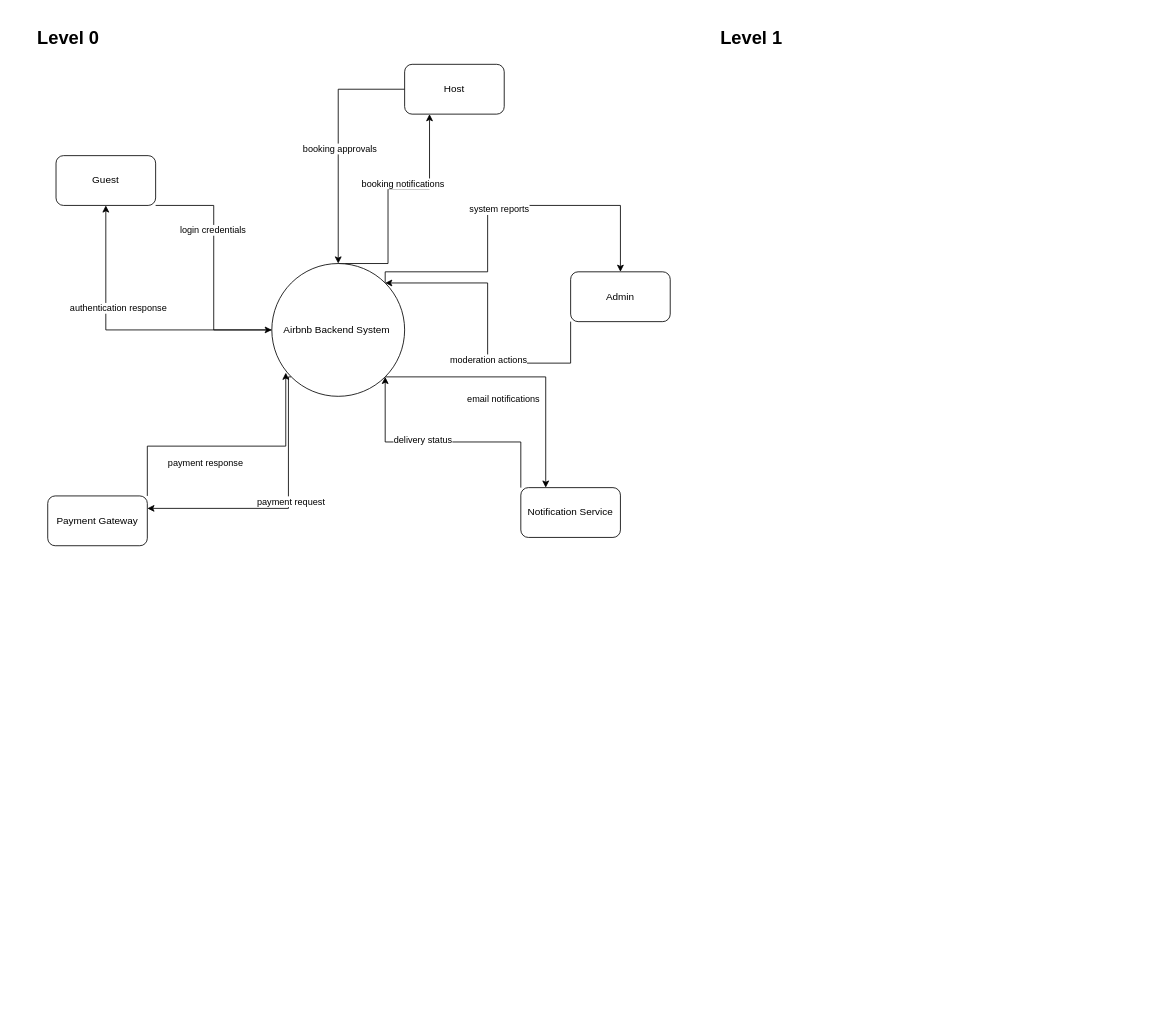
GO-Shoderu/alx-airbnb-project-documentation keeps this draw.io diagram as data-flow-diagram/data-flow.drawio. Above is the earlier version. Source tidied: cells renumbered, new cells numbered last; positions are measured from the earlier drawing's top-left corner, leaving out a move shared by most shapes. Both pictures are drawn from the tidied source at 83%, with x=0, y=0 at pixel (14, 26).
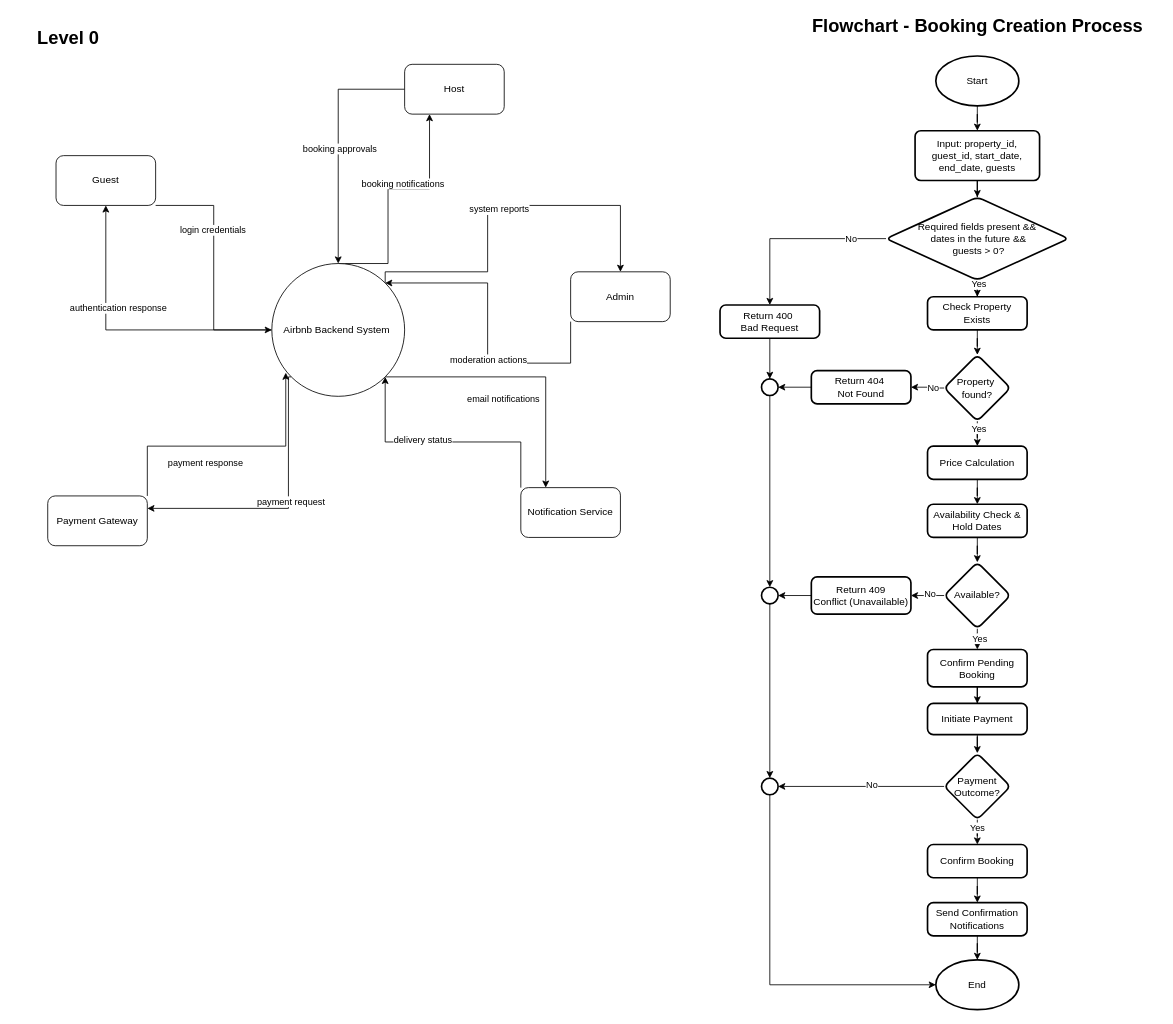
The same page after the edit.

Commit message (it also covers changes not shown here):
Adding the flowchart for the backend processes for booking creationg

The edit, as a diff of the source:
```diff
@@
-    <mxCell id="29" value="&lt;b&gt;&lt;font style=&quot;font-size: 22px;&quot;&gt;Level 1&lt;/font&gt;&lt;/b&gt;" style="text;html=1;whiteSpace=wrap;strokeColor=none;fillColor=none;align=center;verticalAlign=middle;rounded=0;" parent="1" vertex="1">
-      <mxGeometry x="823" width="130" height="30" as="geometry" />
+    <mxCell id="29" value="&lt;b&gt;&lt;font style=&quot;font-size: 22px;&quot;&gt;Flowchart - Booking Creation Process&lt;/font&gt;&lt;/b&gt;" style="text;html=1;whiteSpace=wrap;strokeColor=none;fillColor=none;align=center;verticalAlign=middle;rounded=0;" parent="1" vertex="1">
+      <mxGeometry x="941.5" y="-14" width="437" height="30" as="geometry" />
     </mxCell>
+    <mxCell id="30" style="edgeStyle=orthogonalEdgeStyle;rounded=0;jettySize=auto;html=1;" parent="1" edge="1" source="31" target="34">
+      <mxGeometry relative="1" as="geometry" />
+    </mxCell>
+    <mxCell id="31" value="Start" style="strokeWidth=2;html=1;shape=mxgraph.flowchart.start_1;whiteSpace=wrap;" parent="1" vertex="1">
+      <mxGeometry x="1110" y="36" width="100" height="60" as="geometry" />
+    </mxCell>
+    <mxCell id="32" value="End" style="strokeWidth=2;html=1;shape=mxgraph.flowchart.start_1;whiteSpace=wrap;" parent="1" vertex="1">
+      <mxGeometry x="1110" y="1125" width="100" height="60" as="geometry" />
+    </mxCell>
+    <mxCell id="33" style="edgeStyle=orthogonalEdgeStyle;rounded=0;jettySize=auto;html=1;" parent="1" edge="1" source="34" target="39">
+      <mxGeometry relative="1" as="geometry" />
+    </mxCell>
+    <mxCell id="34" value="Input: property_id, guest_id, start_date, end_date, guests" style="rounded=1;whiteSpace=wrap;html=1;absoluteArcSize=1;arcSize=14;strokeWidth=2;" parent="1" vertex="1">
+      <mxGeometry x="1085" y="126" width="150" height="60" as="geometry" />
+    </mxCell>
+    <mxCell id="35" style="edgeStyle=orthogonalEdgeStyle;rounded=0;jettySize=auto;html=1;" parent="1" edge="1" source="39" target="40">
+      <mxGeometry relative="1" as="geometry" />
+    </mxCell>
+    <mxCell id="36" value="No" style="edgeLabel;html=1;align=center;verticalAlign=middle;" parent="35" vertex="1">
+      <mxGeometry x="-0.61" relative="1" as="geometry" />
+    </mxCell>
+    <mxCell id="37" style="edgeStyle=orthogonalEdgeStyle;rounded=0;jettySize=auto;html=1;" parent="1" edge="1" source="39" target="42">
+      <mxGeometry relative="1" as="geometry" />
+    </mxCell>
+    <mxCell id="38" value="Yes" style="edgeLabel;html=1;align=center;verticalAlign=middle;" parent="37" vertex="1">
+      <mxGeometry x="0.47" y="1" relative="1" as="geometry" />
+    </mxCell>
+    <mxCell id="39" value="Required fields present&amp;nbsp;&lt;span style=&quot;background-color: transparent; color: light-dark(rgb(0, 0, 0), rgb(255, 255, 255));&quot;&gt;&amp;amp;&amp;amp;&lt;/span&gt;&lt;div&gt;&lt;span style=&quot;background-color: transparent; color: light-dark(rgb(0, 0, 0), rgb(255, 255, 255));&quot;&gt;&amp;nbsp;dates in the future &amp;amp;&amp;amp;&lt;/span&gt;&lt;/div&gt;&lt;div&gt;&lt;span style=&quot;background-color: transparent; color: light-dark(rgb(0, 0, 0), rgb(255, 255, 255));&quot;&gt;&amp;nbsp;guests &amp;gt; 0?&lt;/span&gt;&lt;/div&gt;" style="rhombus;whiteSpace=wrap;html=1;rounded=1;absoluteArcSize=1;arcSize=14;strokeWidth=2;" parent="1" vertex="1">
+      <mxGeometry x="1050" y="206" width="220" height="100" as="geometry" />
+    </mxCell>
+    <mxCell id="40" value="Return 400&amp;nbsp;&lt;div&gt;Bad Request&lt;/div&gt;" style="whiteSpace=wrap;html=1;rounded=1;absoluteArcSize=1;arcSize=14;strokeWidth=2;" parent="1" vertex="1">
+      <mxGeometry x="850" y="336" width="120" height="40" as="geometry" />
+    </mxCell>
+    <mxCell id="41" style="edgeStyle=orthogonalEdgeStyle;rounded=0;jettySize=auto;html=1;" parent="1" edge="1" source="42" target="47">
+      <mxGeometry relative="1" as="geometry" />
+    </mxCell>
+    <mxCell id="42" value="Check Property Exists" style="whiteSpace=wrap;html=1;rounded=1;absoluteArcSize=1;arcSize=14;strokeWidth=2;" parent="1" vertex="1">
+      <mxGeometry x="1100" y="326" width="120" height="40" as="geometry" />
+    </mxCell>
+    <mxCell id="43" style="edgeStyle=orthogonalEdgeStyle;rounded=0;jettySize=auto;html=1;" parent="1" edge="1" source="47" target="49">
+      <mxGeometry relative="1" as="geometry" />
+    </mxCell>
+    <mxCell id="44" value="Yes" style="edgeLabel;html=1;align=center;verticalAlign=middle;" parent="43" vertex="1">
+      <mxGeometry x="-0.65" y="1" relative="1" as="geometry">
+        <mxPoint y="-1" as="offset" />
+      </mxGeometry>
+    </mxCell>
+    <mxCell id="45" style="edgeStyle=orthogonalEdgeStyle;rounded=0;jettySize=auto;html=1;entryX=1;entryY=0.5;entryDx=0;entryDy=0;" parent="1" edge="1" source="47" target="59">
+      <mxGeometry relative="1" as="geometry" />
+    </mxCell>
+    <mxCell id="46" value="No" style="edgeLabel;html=1;align=center;verticalAlign=middle;" parent="45" vertex="1">
+      <mxGeometry x="-0.25" y="-1" relative="1" as="geometry">
+        <mxPoint x="1" as="offset" />
+      </mxGeometry>
+    </mxCell>
+    <mxCell id="47" value="Property&amp;nbsp;&lt;div&gt;found?&lt;/div&gt;" style="rhombus;whiteSpace=wrap;html=1;rounded=1;absoluteArcSize=1;arcSize=14;strokeWidth=2;" parent="1" vertex="1">
+      <mxGeometry x="1120" y="396" width="80" height="80" as="geometry" />
+    </mxCell>
+    <mxCell id="48" style="edgeStyle=orthogonalEdgeStyle;rounded=0;jettySize=auto;html=1;" parent="1" edge="1" source="49" target="51">
+      <mxGeometry relative="1" as="geometry" />
+    </mxCell>
+    <mxCell id="49" value="Price Calculation" style="whiteSpace=wrap;html=1;rounded=1;absoluteArcSize=1;arcSize=14;strokeWidth=2;" parent="1" vertex="1">
+      <mxGeometry x="1100" y="506" width="120" height="40" as="geometry" />
+    </mxCell>
+    <mxCell id="50" style="edgeStyle=orthogonalEdgeStyle;rounded=0;jettySize=auto;html=1;" parent="1" edge="1" source="51" target="56">
+      <mxGeometry relative="1" as="geometry" />
+    </mxCell>
+    <mxCell id="51" value="Availability Check &amp;amp;&lt;div&gt;Hold Dates&lt;/div&gt;" style="whiteSpace=wrap;html=1;rounded=1;absoluteArcSize=1;arcSize=14;strokeWidth=2;" parent="1" vertex="1">
+      <mxGeometry x="1100" y="576" width="120" height="40" as="geometry" />
+    </mxCell>
+    <mxCell id="52" style="edgeStyle=orthogonalEdgeStyle;rounded=0;jettySize=auto;html=1;entryX=1;entryY=0.5;entryDx=0;entryDy=0;" parent="1" edge="1" source="56" target="61">
+      <mxGeometry relative="1" as="geometry" />
+    </mxCell>
+    <mxCell id="53" value="No" style="edgeLabel;html=1;align=center;verticalAlign=middle;" parent="52" vertex="1">
+      <mxGeometry x="-0.03" y="-3" relative="1" as="geometry">
+        <mxPoint x="1" as="offset" />
+      </mxGeometry>
+    </mxCell>
+    <mxCell id="54" style="edgeStyle=orthogonalEdgeStyle;rounded=0;jettySize=auto;html=1;" parent="1" edge="1" source="56" target="66">
+      <mxGeometry relative="1" as="geometry" />
+    </mxCell>
+    <mxCell id="55" value="Yes" style="edgeLabel;html=1;align=center;verticalAlign=middle;" parent="54" vertex="1">
+      <mxGeometry x="0.56" y="2" relative="1" as="geometry">
+        <mxPoint y="-2" as="offset" />
+      </mxGeometry>
+    </mxCell>
+    <mxCell id="56" value="Available?" style="rhombus;whiteSpace=wrap;html=1;rounded=1;absoluteArcSize=1;arcSize=14;strokeWidth=2;" parent="1" vertex="1">
+      <mxGeometry x="1120" y="646" width="80" height="80" as="geometry" />
+    </mxCell>
+    <mxCell id="57" style="strokeWidth=2;html=1;shape=mxgraph.flowchart.start_2;whiteSpace=wrap;" parent="1" vertex="1">
+      <mxGeometry x="900" y="425" width="20" height="20" as="geometry" />
+    </mxCell>
+    <mxCell id="58" style="edgeStyle=orthogonalEdgeStyle;rounded=0;jettySize=auto;html=1;entryX=0.5;entryY=0;entryDx=0;entryDy=0;entryPerimeter=0;" parent="1" edge="1" source="40" target="57">
+      <mxGeometry relative="1" as="geometry" />
+    </mxCell>
+    <mxCell id="59" value="Return 404&amp;nbsp;&lt;div&gt;Not Found&lt;/div&gt;" style="whiteSpace=wrap;html=1;rounded=1;absoluteArcSize=1;arcSize=14;strokeWidth=2;" parent="1" vertex="1">
+      <mxGeometry x="960" y="415" width="120" height="40" as="geometry" />
+    </mxCell>
+    <mxCell id="60" style="edgeStyle=orthogonalEdgeStyle;rounded=0;jettySize=auto;html=1;exitX=0;exitY=0.5;exitDx=0;exitDy=0;entryX=1;entryY=0.5;entryDx=0;entryDy=0;entryPerimeter=0;" parent="1" edge="1" source="59" target="57">
+      <mxGeometry relative="1" as="geometry" />
+    </mxCell>
+    <mxCell id="61" value="Return 409&lt;div&gt;Conflict (Unavailable)&lt;/div&gt;" style="whiteSpace=wrap;html=1;rounded=1;absoluteArcSize=1;arcSize=14;strokeWidth=2;" parent="1" vertex="1">
+      <mxGeometry x="960" y="663.5" width="120" height="45" as="geometry" />
+    </mxCell>
+    <mxCell id="62" style="strokeWidth=2;html=1;shape=mxgraph.flowchart.start_2;whiteSpace=wrap;" parent="1" vertex="1">
+      <mxGeometry x="900" y="676" width="20" height="20" as="geometry" />
+    </mxCell>
+    <mxCell id="63" style="edgeStyle=orthogonalEdgeStyle;rounded=0;jettySize=auto;html=1;entryX=1;entryY=0.5;entryDx=0;entryDy=0;entryPerimeter=0;" parent="1" edge="1" source="61" target="62">
+      <mxGeometry relative="1" as="geometry" />
+    </mxCell>
+    <mxCell id="64" style="edgeStyle=orthogonalEdgeStyle;rounded=0;jettySize=auto;html=1;entryX=0.5;entryY=0;entryDx=0;entryDy=0;entryPerimeter=0;" parent="1" edge="1" source="57" target="62">
+      <mxGeometry relative="1" as="geometry" />
+    </mxCell>
+    <mxCell id="65" style="edgeStyle=orthogonalEdgeStyle;rounded=0;jettySize=auto;html=1;" parent="1" edge="1" source="66" target="68">
+      <mxGeometry relative="1" as="geometry" />
+    </mxCell>
+    <mxCell id="66" value="Confirm Pending Booking" style="whiteSpace=wrap;html=1;rounded=1;absoluteArcSize=1;arcSize=14;strokeWidth=2;" parent="1" vertex="1">
+      <mxGeometry x="1100" y="751" width="120" height="45" as="geometry" />
+    </mxCell>
+    <mxCell id="67" style="edgeStyle=orthogonalEdgeStyle;rounded=0;jettySize=auto;html=1;" parent="1" edge="1" source="68" target="71">
+      <mxGeometry relative="1" as="geometry" />
+    </mxCell>
+    <mxCell id="68" value="Initiate Payment" style="whiteSpace=wrap;html=1;rounded=1;absoluteArcSize=1;arcSize=14;strokeWidth=2;" parent="1" vertex="1">
+      <mxGeometry x="1100" y="816" width="120" height="37.5" as="geometry" />
+    </mxCell>
+    <mxCell id="69" style="edgeStyle=orthogonalEdgeStyle;rounded=0;jettySize=auto;html=1;" parent="1" edge="1" source="71" target="73">
+      <mxGeometry relative="1" as="geometry" />
+    </mxCell>
+    <mxCell id="70" value="Yes" style="edgeLabel;html=1;align=center;verticalAlign=middle;" parent="69" vertex="1">
+      <mxGeometry x="0.2" y="-1" relative="1" as="geometry">
+        <mxPoint y="-1" as="offset" />
+      </mxGeometry>
+    </mxCell>
+    <mxCell id="71" value="Payment&lt;div&gt;Outcome?&lt;/div&gt;" style="rhombus;whiteSpace=wrap;html=1;rounded=1;absoluteArcSize=1;arcSize=14;strokeWidth=2;" parent="1" vertex="1">
+      <mxGeometry x="1120" y="876" width="80" height="80" as="geometry" />
+    </mxCell>
+    <mxCell id="72" style="edgeStyle=orthogonalEdgeStyle;rounded=0;jettySize=auto;html=1;" parent="1" edge="1" source="73" target="78">
+      <mxGeometry relative="1" as="geometry" />
+    </mxCell>
+    <mxCell id="73" value="Confirm Booking" style="whiteSpace=wrap;html=1;rounded=1;absoluteArcSize=1;arcSize=14;strokeWidth=2;" parent="1" vertex="1">
+      <mxGeometry x="1100" y="986" width="120" height="40" as="geometry" />
+    </mxCell>
+    <mxCell id="74" style="strokeWidth=2;html=1;shape=mxgraph.flowchart.start_2;whiteSpace=wrap;" parent="1" vertex="1">
+      <mxGeometry x="900" y="906" width="20" height="20" as="geometry" />
+    </mxCell>
+    <mxCell id="75" style="edgeStyle=orthogonalEdgeStyle;rounded=0;jettySize=auto;html=1;exitX=0;exitY=0.5;exitDx=0;exitDy=0;entryX=1;entryY=0.5;entryDx=0;entryDy=0;entryPerimeter=0;" parent="1" edge="1" source="71" target="74">
+      <mxGeometry relative="1" as="geometry" />
+    </mxCell>
+    <mxCell id="76" value="No" style="edgeLabel;html=1;align=center;verticalAlign=middle;" parent="75" vertex="1">
+      <mxGeometry x="-0.11" y="-3" relative="1" as="geometry">
+        <mxPoint x="1" as="offset" />
+      </mxGeometry>
+    </mxCell>
+    <mxCell id="77" style="edgeStyle=orthogonalEdgeStyle;rounded=0;jettySize=auto;html=1;entryX=0.5;entryY=0;entryDx=0;entryDy=0;entryPerimeter=0;" parent="1" edge="1" source="62" target="74">
+      <mxGeometry relative="1" as="geometry" />
+    </mxCell>
+    <mxCell id="78" value="Send Confirmation Notifications" style="whiteSpace=wrap;html=1;rounded=1;absoluteArcSize=1;arcSize=14;strokeWidth=2;" parent="1" vertex="1">
+      <mxGeometry x="1100" y="1056" width="120" height="40" as="geometry" />
+    </mxCell>
+    <mxCell id="79" style="edgeStyle=orthogonalEdgeStyle;rounded=0;jettySize=auto;html=1;entryX=0.5;entryY=0;entryDx=0;entryDy=0;entryPerimeter=0;" parent="1" edge="1" source="78" target="32">
+      <mxGeometry relative="1" as="geometry" />
+    </mxCell>
+    <mxCell id="80" style="edgeStyle=orthogonalEdgeStyle;rounded=0;jettySize=auto;html=1;entryX=0;entryY=0.5;entryDx=0;entryDy=0;entryPerimeter=0;" parent="1" edge="1" source="74" target="32">
+      <mxGeometry relative="1" as="geometry">
+        <Array as="points">
+          <mxPoint x="910" y="1155" />
+        </Array>
+      </mxGeometry>
+    </mxCell>
```
